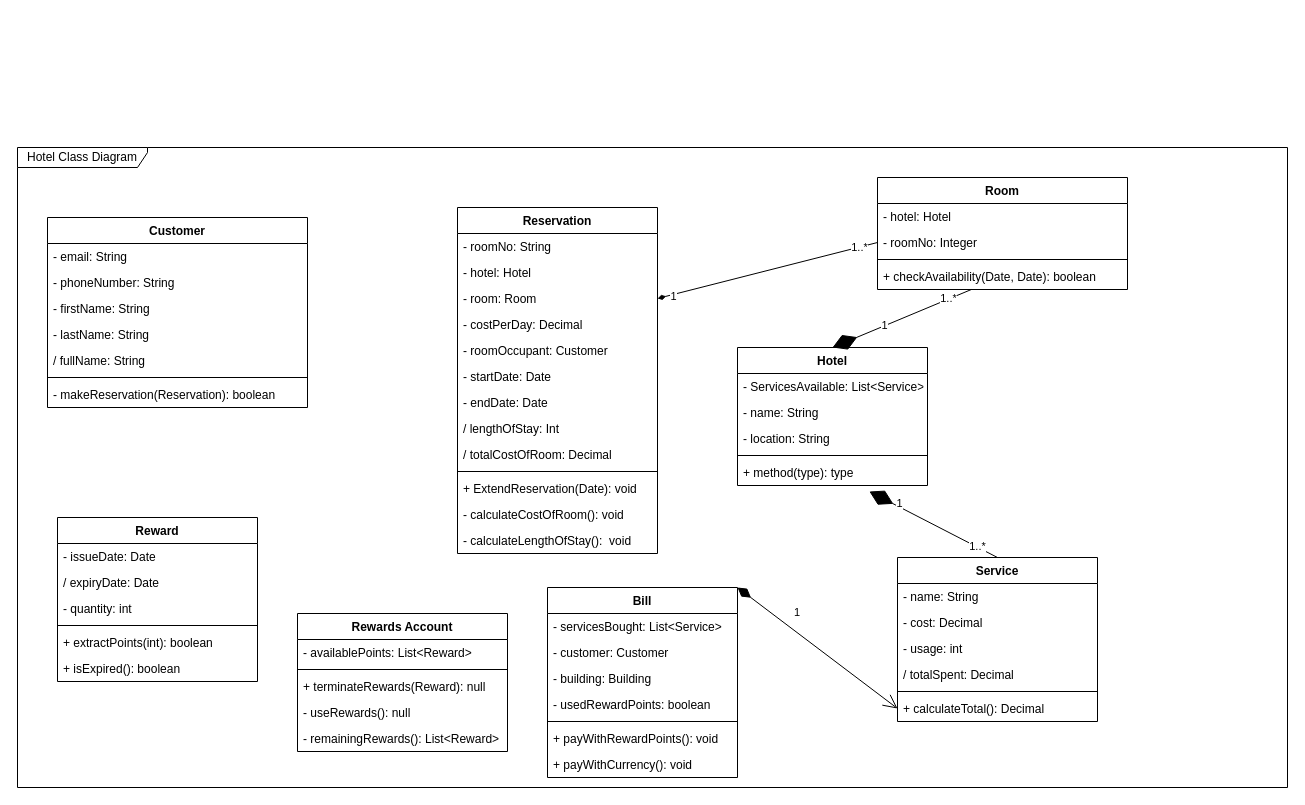
Before: Assign2 Hotel Class Diagram.drawio in Darren-ODonnell/BusinessModellingDiagrams, a draw.io diagram. Source tidied: cells renumbered, new cells numbered last; positions are measured from the earlier drawing's top-left corner, leaving out a move shared by most shapes. Both pictures are drawn from the tidied source at 100%, with x=0, y=0 at pixel (17, 147).
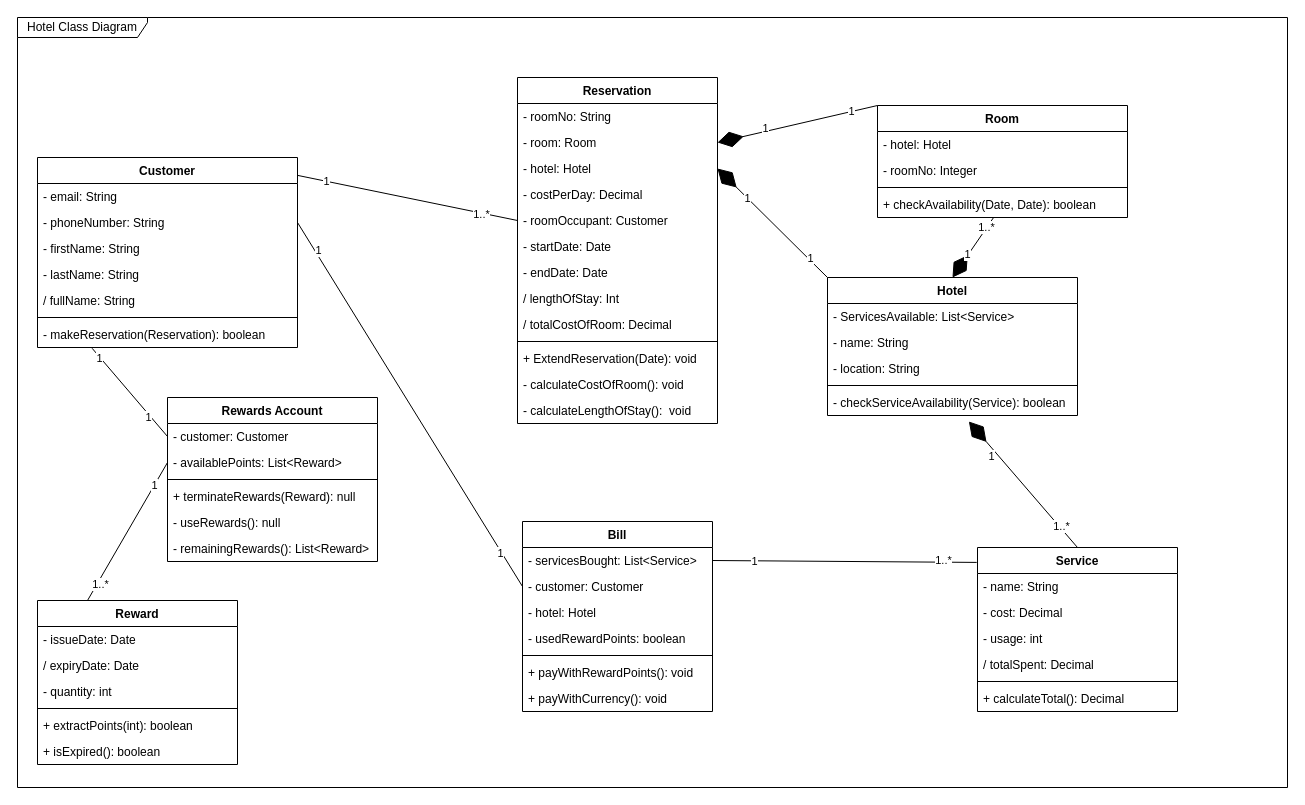
The same page after the edit.

Unchanged cells that the change refers to:
```xml
<mxCell id="5" value="- phoneNumber: String" style="text;strokeColor=none;fillColor=none;align=left;verticalAlign=top;spacingLeft=4;spacingRight=4;overflow=hidden;points=[[0,0.5],[1,0.5]];portConstraint=eastwest;" parent="3" vertex="1">
  <mxGeometry y="52" width="260" height="26" as="geometry" />
</mxCell>
<mxCell id="10" value="- makeReservation(Reservation): boolean" style="text;strokeColor=none;fillColor=none;align=left;verticalAlign=top;spacingLeft=4;spacingRight=4;overflow=hidden;points=[[0,0.5],[1,0.5]];portConstraint=eastwest;" parent="3" vertex="1">
  <mxGeometry y="164" width="260" height="26" as="geometry" />
</mxCell>
<mxCell id="16" value="- roomOccupant: Customer" style="text;strokeColor=none;fillColor=none;align=left;verticalAlign=top;spacingLeft=4;spacingRight=4;overflow=hidden;points=[[0,0.5],[1,0.5]];portConstraint=eastwest;" parent="11" vertex="1">
  <mxGeometry y="130" width="200" height="26" as="geometry" />
</mxCell>
<mxCell id="31" value="+ calculateTotal(): Decimal" style="text;strokeColor=none;fillColor=none;align=left;verticalAlign=top;spacingLeft=4;spacingRight=4;overflow=hidden;points=[[0,0.5],[1,0.5]];portConstraint=eastwest;" parent="25" vertex="1">
  <mxGeometry y="138" width="200" height="26" as="geometry" />
</mxCell>
<mxCell id="33" value="- servicesBought: List&lt;Service&gt;" style="text;strokeColor=none;fillColor=none;align=left;verticalAlign=top;spacingLeft=4;spacingRight=4;overflow=hidden;points=[[0,0.5],[1,0.5]];portConstraint=eastwest;" parent="32" vertex="1">
  <mxGeometry y="26" width="190" height="26" as="geometry" />
</mxCell>
<mxCell id="34" value="- customer: Customer " style="text;strokeColor=none;fillColor=none;align=left;verticalAlign=top;spacingLeft=4;spacingRight=4;overflow=hidden;points=[[0,0.5],[1,0.5]];portConstraint=eastwest;" parent="32" vertex="1">
  <mxGeometry y="52" width="190" height="26" as="geometry" />
</mxCell>
<mxCell id="62" value="- roomNo: Integer" style="text;strokeColor=none;fillColor=none;align=left;verticalAlign=top;spacingLeft=4;spacingRight=4;overflow=hidden;points=[[0,0.5],[1,0.5]];portConstraint=eastwest;" parent="60" vertex="1">
  <mxGeometry y="52" width="250" height="26" as="geometry" />
</mxCell>
```

Diff of the diagram source:
```diff
@@
     <mxCell id="2" value="Hotel Class Diagram" style="shape=umlFrame;whiteSpace=wrap;html=1;width=130;height=20;" parent="1" vertex="1">
-      <mxGeometry width="1270" height="640" as="geometry" />
+      <mxGeometry y="-130" width="1270" height="770" as="geometry" />
     </mxCell>
     <mxCell id="3" value="Customer" style="swimlane;fontStyle=1;align=center;verticalAlign=top;horizontal=1;startSize=26;" parent="1" vertex="1">
-      <mxGeometry x="30" y="70" width="260" height="190" as="geometry" />
+      <mxGeometry x="20" y="10" width="260" height="190" as="geometry" />
     </mxCell>
@@
     <mxCell id="11" value="Reservation" style="swimlane;fontStyle=1;align=center;verticalAlign=top;horizontal=1;startSize=26;" parent="1" vertex="1">
-      <mxGeometry x="440" y="60" width="200" height="346" as="geometry" />
+      <mxGeometry x="500" y="-70" width="200" height="346" as="geometry" />
     </mxCell>
@@
+    <mxCell id="14" value="- room: Room" style="text;strokeColor=none;fillColor=none;align=left;verticalAlign=top;spacingLeft=4;spacingRight=4;overflow=hidden;points=[[0,0.5],[1,0.5]];portConstraint=eastwest;" parent="11" vertex="1">
+      <mxGeometry y="52" width="200" height="26" as="geometry" />
+    </mxCell>
     <mxCell id="13" value="- hotel: Hotel" style="text;strokeColor=none;fillColor=none;align=left;verticalAlign=top;spacingLeft=4;spacingRight=4;overflow=hidden;points=[[0,0.5],[1,0.5]];portConstraint=eastwest;" parent="11" vertex="1">
-      <mxGeometry y="52" width="200" height="26" as="geometry" />
+      <mxGeometry y="78" width="200" height="26" as="geometry" />
     </mxCell>
-    <mxCell id="14" value="- room: Room" style="text;strokeColor=none;fillColor=none;align=left;verticalAlign=top;spacingLeft=4;spacingRight=4;overflow=hidden;points=[[0,0.5],[1,0.5]];portConstraint=eastwest;" parent="11" vertex="1">
-      <mxGeometry y="78" width="200" height="26" as="geometry" />
-    </mxCell>
@@
     <mxCell id="25" value="Service" style="swimlane;fontStyle=1;align=center;verticalAlign=top;horizontal=1;startSize=26;" parent="1" vertex="1">
-      <mxGeometry x="880" y="410" width="200" height="164" as="geometry" />
+      <mxGeometry x="960" y="400" width="200" height="164" as="geometry" />
     </mxCell>
@@
     <mxCell id="32" value="Bill" style="swimlane;fontStyle=1;align=center;verticalAlign=top;horizontal=1;startSize=26;" parent="1" vertex="1">
-      <mxGeometry x="530" y="440" width="190" height="190" as="geometry" />
+      <mxGeometry x="505" y="374" width="190" height="190" as="geometry" />
     </mxCell>
@@
-    <mxCell id="35" value="- building: Building" style="text;strokeColor=none;fillColor=none;align=left;verticalAlign=top;spacingLeft=4;spacingRight=4;overflow=hidden;" parent="32" vertex="1">
+    <mxCell id="35" value="- hotel: Hotel" style="text;strokeColor=none;fillColor=none;align=left;verticalAlign=top;spacingLeft=4;spacingRight=4;overflow=hidden;" parent="32" vertex="1">
       <mxGeometry y="78" width="190" height="26" as="geometry" />
     </mxCell>
@@
     <mxCell id="40" value="Reward" style="swimlane;fontStyle=1;align=center;verticalAlign=top;horizontal=1;startSize=26;" parent="1" vertex="1">
-      <mxGeometry x="40" y="370" width="200" height="164" as="geometry" />
+      <mxGeometry x="20" y="453" width="200" height="164" as="geometry" />
     </mxCell>
@@
     <mxCell id="47" value="Rewards Account" style="swimlane;fontStyle=1;align=center;verticalAlign=top;horizontal=1;startSize=26;" parent="1" vertex="1">
-      <mxGeometry x="280" y="466" width="210" height="138" as="geometry" />
+      <mxGeometry x="150" y="250" width="210" height="164" as="geometry" />
     </mxCell>
-    <mxCell id="48" value="- availablePoints: List&lt;Reward&gt;" style="text;strokeColor=none;fillColor=none;align=left;verticalAlign=top;spacingLeft=4;spacingRight=4;overflow=hidden;points=[[0,0.5],[1,0.5]];portConstraint=eastwest;" parent="47" vertex="1">
+    <mxCell id="48" value="- customer: Customer " style="text;strokeColor=none;fillColor=none;align=left;verticalAlign=top;spacingLeft=4;spacingRight=4;overflow=hidden;points=[[0,0.5],[1,0.5]];portConstraint=eastwest;" parent="47" vertex="1">
       <mxGeometry y="26" width="210" height="26" as="geometry" />
     </mxCell>
+    <mxCell id="74" value="- availablePoints: List&lt;Reward&gt;" style="text;strokeColor=none;fillColor=none;align=left;verticalAlign=top;spacingLeft=4;spacingRight=4;overflow=hidden;points=[[0,0.5],[1,0.5]];portConstraint=eastwest;" parent="47" vertex="1">
+      <mxGeometry y="52" width="210" height="26" as="geometry" />
+    </mxCell>
     <mxCell id="49" style="line;strokeWidth=1;fillColor=none;align=left;verticalAlign=middle;spacingTop=-1;spacingLeft=3;spacingRight=3;labelPosition=right;" parent="47" vertex="1">
-      <mxGeometry y="52" width="210" height="8" as="geometry" />
+      <mxGeometry y="78" width="210" height="8" as="geometry" />
     </mxCell>
     <mxCell id="50" value="+ terminateRewards(Reward): null" style="text;strokeColor=none;fillColor=none;align=left;verticalAlign=top;spacingLeft=4;spacingRight=4;overflow=hidden;" parent="47" vertex="1">
-      <mxGeometry y="60" width="210" height="26" as="geometry" />
+      <mxGeometry y="86" width="210" height="26" as="geometry" />
     </mxCell>
     <mxCell id="51" value="- useRewards(): null" style="text;strokeColor=none;fillColor=none;align=left;verticalAlign=top;spacingLeft=4;spacingRight=4;overflow=hidden;" parent="47" vertex="1">
-      <mxGeometry y="86" width="210" height="26" as="geometry" />
+      <mxGeometry y="112" width="210" height="26" as="geometry" />
     </mxCell>
     <mxCell id="52" value="- remainingRewards(): List&lt;Reward&gt;" style="text;strokeColor=none;fillColor=none;align=left;verticalAlign=top;spacingLeft=4;spacingRight=4;overflow=hidden;" parent="47" vertex="1">
-      <mxGeometry y="112" width="210" height="26" as="geometry" />
+      <mxGeometry y="138" width="210" height="26" as="geometry" />
     </mxCell>
-    <mxCell id="53" value="1" style="endArrow=open;html=1;endSize=12;startArrow=diamondThin;startSize=14;startFill=1;align=left;verticalAlign=bottom;rounded=0;exitX=1;exitY=0;exitDx=0;exitDy=0;entryX=0;entryY=0.5;entryDx=0;entryDy=0;" parent="1" edge="1" source="32" target="31">
-      <mxGeometry x="-0.35" y="7" relative="1" as="geometry">
-        <mxPoint x="-1" as="offset" />
-      </mxGeometry>
-    </mxCell>
     <mxCell id="54" value="Hotel" style="swimlane;fontStyle=1;align=center;verticalAlign=top;horizontal=1;startSize=26;" parent="1" vertex="1">
-      <mxGeometry x="720" y="200" width="190" height="138" as="geometry" />
+      <mxGeometry x="810" y="130" width="250" height="138" as="geometry" />
     </mxCell>
     <mxCell id="55" value="- ServicesAvailable: List&lt;Service&gt;" style="text;strokeColor=none;fillColor=none;align=left;verticalAlign=top;spacingLeft=4;spacingRight=4;overflow=hidden;" parent="54" vertex="1">
-      <mxGeometry y="26" width="190" height="26" as="geometry" />
+      <mxGeometry y="26" width="250" height="26" as="geometry" />
     </mxCell>
     <mxCell id="56" value="- name: String" style="text;strokeColor=none;fillColor=none;align=left;verticalAlign=top;spacingLeft=4;spacingRight=4;overflow=hidden;" parent="54" vertex="1">
-      <mxGeometry y="52" width="190" height="26" as="geometry" />
+      <mxGeometry y="52" width="250" height="26" as="geometry" />
     </mxCell>
     <mxCell id="57" value="- location: String" style="text;strokeColor=none;fillColor=none;align=left;verticalAlign=top;spacingLeft=4;spacingRight=4;overflow=hidden;" parent="54" vertex="1">
-      <mxGeometry y="78" width="190" height="26" as="geometry" />
+      <mxGeometry y="78" width="250" height="26" as="geometry" />
     </mxCell>
     <mxCell id="58" style="line;strokeWidth=1;fillColor=none;align=left;verticalAlign=middle;spacingTop=-1;spacingLeft=3;spacingRight=3;labelPosition=right;" parent="54" vertex="1">
-      <mxGeometry y="104" width="190" height="8" as="geometry" />
+      <mxGeometry y="104" width="250" height="8" as="geometry" />
     </mxCell>
-    <mxCell id="59" value="+ method(type): type" style="text;strokeColor=none;fillColor=none;align=left;verticalAlign=top;spacingLeft=4;spacingRight=4;overflow=hidden;points=[[0,0.5],[1,0.5]];portConstraint=eastwest;" parent="54" vertex="1">
-      <mxGeometry y="112" width="190" height="26" as="geometry" />
+    <mxCell id="59" value="- checkServiceAvailability(Service): boolean" style="text;strokeColor=none;fillColor=none;align=left;verticalAlign=top;spacingLeft=4;spacingRight=4;overflow=hidden;points=[[0,0.5],[1,0.5]];portConstraint=eastwest;" parent="54" vertex="1">
+      <mxGeometry y="112" width="250" height="26" as="geometry" />
     </mxCell>
     <mxCell id="60" value="Room" style="swimlane;fontStyle=1;align=center;verticalAlign=top;horizontal=1;startSize=26;" parent="1" vertex="1">
-      <mxGeometry x="860" y="30" width="250" height="112" as="geometry" />
+      <mxGeometry x="860" y="-42" width="250" height="112" as="geometry" />
     </mxCell>
@@
-    <mxCell id="71" style="edgeStyle=none;rounded=0;jettySize=auto;html=1;exitX=1;exitY=0.5;exitDx=0;exitDy=0;entryX=0;entryY=0.5;entryDx=0;entryDy=0;startArrow=diamondThin;startFill=1;endArrow=none;endFill=0;targetPerimeterSpacing=6;" parent="1" edge="1" source="14" target="62">
-      <mxGeometry relative="1" as="geometry" />
-    </mxCell>
-    <mxCell id="72" value="1" style="edgeLabel;html=1;align=center;verticalAlign=middle;" parent="71" vertex="1">
-      <mxGeometry x="-0.86" y="-1" relative="1" as="geometry" />
-    </mxCell>
-    <mxCell id="73" value="1..*" style="edgeLabel;html=1;align=center;verticalAlign=middle;" parent="71" vertex="1">
-      <mxGeometry x="0.83" relative="1" as="geometry" />
-    </mxCell>
+    <mxCell id="75" style="edgeStyle=none;rounded=0;jettySize=auto;html=1;exitX=0;exitY=0.5;exitDx=0;exitDy=0;startArrow=none;startFill=0;endArrow=none;endFill=0;targetPerimeterSpacing=6;entryX=1;entryY=0.094;entryDx=0;entryDy=0;entryPerimeter=0;" parent="1" edge="1" source="16" target="3">
+      <mxGeometry relative="1" as="geometry" />
+    </mxCell>
+    <mxCell id="76" value="1" style="edgeLabel;html=1;align=center;verticalAlign=middle;" parent="75" vertex="1">
+      <mxGeometry x="0.74" relative="1" as="geometry" />
+    </mxCell>
+    <mxCell id="77" value="1..*" style="edgeLabel;html=1;align=center;verticalAlign=middle;" parent="75" vertex="1">
+      <mxGeometry x="-0.67" y="1" relative="1" as="geometry" />
+    </mxCell>
+    <mxCell id="78" style="edgeStyle=none;rounded=0;jettySize=auto;html=1;exitX=0;exitY=0.5;exitDx=0;exitDy=0;entryX=0.21;entryY=1.029;entryDx=0;entryDy=0;entryPerimeter=0;startArrow=none;startFill=0;endArrow=none;endFill=0;targetPerimeterSpacing=6;" parent="1" edge="1" source="48" target="10">
+      <mxGeometry relative="1" as="geometry" />
+    </mxCell>
+    <mxCell id="79" value="1" style="edgeLabel;html=1;align=center;verticalAlign=middle;" parent="78" vertex="1">
+      <mxGeometry x="0.79" y="1" relative="1" as="geometry" />
+    </mxCell>
+    <mxCell id="80" value="1" style="edgeLabel;html=1;align=center;verticalAlign=middle;" parent="78" vertex="1">
+      <mxGeometry x="-0.53" y="2" relative="1" as="geometry" />
+    </mxCell>
+    <mxCell id="81" style="edgeStyle=none;rounded=0;jettySize=auto;html=1;exitX=0;exitY=0.5;exitDx=0;exitDy=0;entryX=0.25;entryY=0;entryDx=0;entryDy=0;startArrow=none;startFill=0;endArrow=none;endFill=0;targetPerimeterSpacing=6;" parent="1" edge="1" source="74" target="40">
+      <mxGeometry relative="1" as="geometry" />
+    </mxCell>
+    <mxCell id="82" value="1..*" style="edgeLabel;html=1;align=center;verticalAlign=middle;" parent="81" vertex="1">
+      <mxGeometry x="0.74" y="2" relative="1" as="geometry" />
+    </mxCell>
+    <mxCell id="83" value="1" style="edgeLabel;html=1;align=center;verticalAlign=middle;" parent="81" vertex="1">
+      <mxGeometry x="-0.68" relative="1" as="geometry" />
+    </mxCell>
+    <mxCell id="84" style="edgeStyle=none;rounded=0;jettySize=auto;html=1;exitX=1;exitY=0.5;exitDx=0;exitDy=0;entryX=-0.004;entryY=0.091;entryDx=0;entryDy=0;startArrow=none;startFill=0;endArrow=none;endFill=0;targetPerimeterSpacing=6;entryPerimeter=0;" parent="1" edge="1" source="33" target="25">
+      <mxGeometry relative="1" as="geometry" />
+    </mxCell>
+    <mxCell id="85" value="1..*" style="edgeLabel;html=1;align=center;verticalAlign=middle;" parent="84" vertex="1">
+      <mxGeometry x="0.74" y="2" relative="1" as="geometry" />
+    </mxCell>
+    <mxCell id="86" value="1" style="edgeLabel;html=1;align=center;verticalAlign=middle;" parent="84" vertex="1">
+      <mxGeometry x="-0.68" relative="1" as="geometry" />
+    </mxCell>
+    <mxCell id="87" style="edgeStyle=none;rounded=0;jettySize=auto;html=1;exitX=0;exitY=0.5;exitDx=0;exitDy=0;entryX=1;entryY=0.5;entryDx=0;entryDy=0;startArrow=none;startFill=0;endArrow=none;endFill=0;targetPerimeterSpacing=6;" parent="1" edge="1" source="34" target="5">
+      <mxGeometry relative="1" as="geometry" />
+    </mxCell>
+    <mxCell id="88" value="1" style="edgeLabel;html=1;align=center;verticalAlign=middle;" parent="87" vertex="1">
+      <mxGeometry x="0.84" y="-3" relative="1" as="geometry" />
+    </mxCell>
+    <mxCell id="89" value="1" style="edgeLabel;html=1;align=center;verticalAlign=middle;" parent="87" vertex="1">
+      <mxGeometry x="-0.81" y="2" relative="1" as="geometry">
+        <mxPoint x="1" as="offset" />
+      </mxGeometry>
+    </mxCell>
+    <mxCell id="90" style="endArrow=diamondThin;endFill=1;endSize=24;html=1;rounded=0;targetPerimeterSpacing=6;entryX=1;entryY=0.5;entryDx=0;entryDy=0;exitX=0;exitY=0;exitDx=0;exitDy=0;" parent="1" edge="1" source="54" target="13">
+      <mxGeometry relative="1" as="geometry" />
+    </mxCell>
+    <mxCell id="91" value="1" style="edgeLabel;html=1;align=center;verticalAlign=middle;" parent="90" vertex="1">
+      <mxGeometry x="0.25" y="-1" relative="1" as="geometry">
+        <mxPoint x="-12" y="-11" as="offset" />
+      </mxGeometry>
+    </mxCell>
+    <mxCell id="92" value="1" style="edgeLabel;html=1;align=center;verticalAlign=middle;" parent="90" vertex="1">
+      <mxGeometry x="-0.67" y="-1" relative="1" as="geometry" />
+    </mxCell>
+    <mxCell id="93" style="endArrow=diamondThin;endFill=1;endSize=24;html=1;rounded=0;targetPerimeterSpacing=6;entryX=1;entryY=0.5;entryDx=0;entryDy=0;exitX=0;exitY=0;exitDx=0;exitDy=0;" parent="1" edge="1" source="60" target="14">
+      <mxGeometry relative="1" as="geometry" />
+    </mxCell>
+    <mxCell id="94" value="1" style="edgeLabel;html=1;align=center;verticalAlign=middle;" parent="93" vertex="1">
+      <mxGeometry x="0.25" y="-1" relative="1" as="geometry">
+        <mxPoint x="-12" as="offset" />
+      </mxGeometry>
+    </mxCell>
+    <mxCell id="95" value="1" style="edgeLabel;html=1;align=center;verticalAlign=middle;" parent="93" vertex="1">
+      <mxGeometry x="-0.67" y="-1" relative="1" as="geometry" />
+    </mxCell>
```
